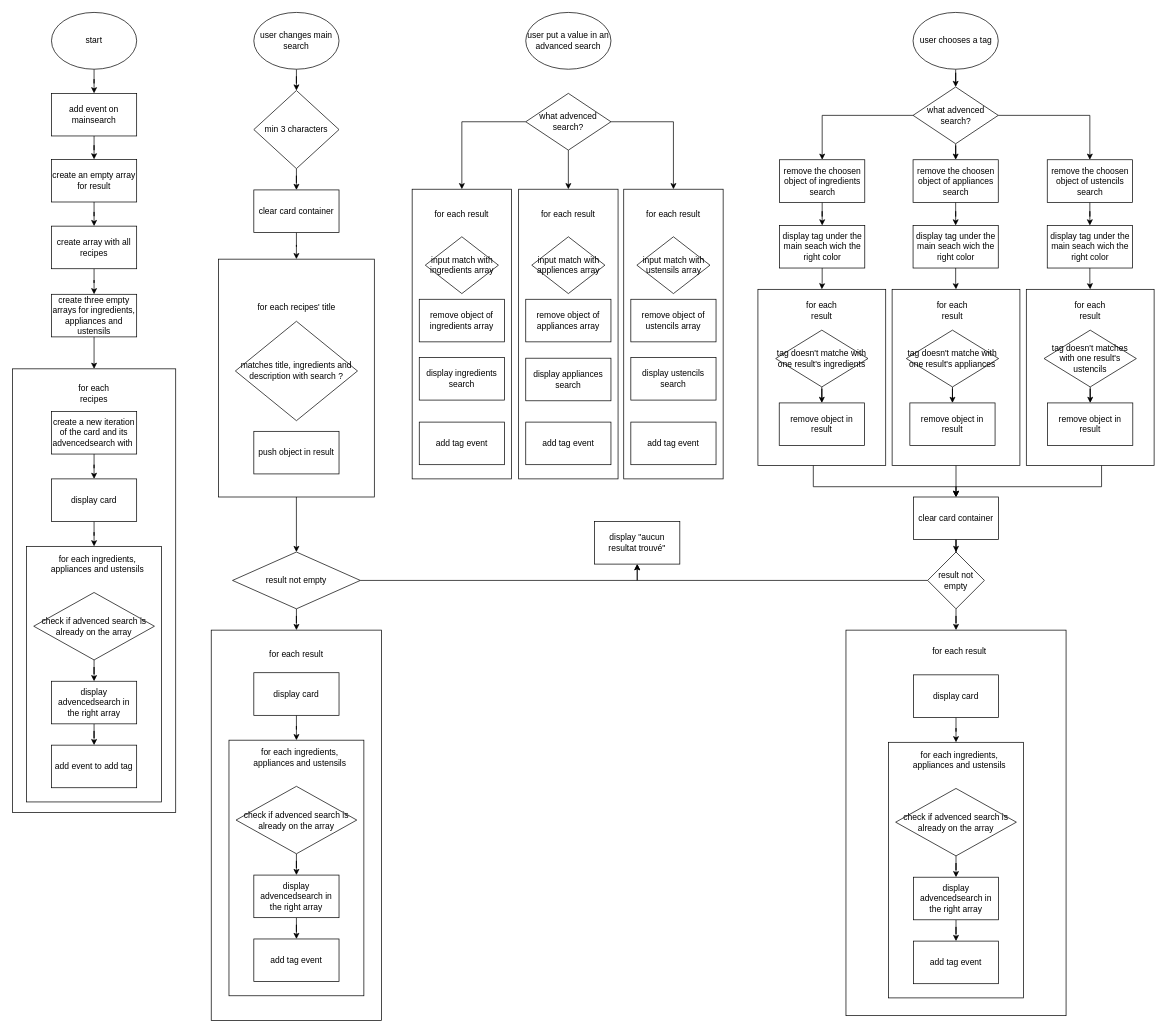
This is algorigramme programmation fonctionnelle.drawio from madelineGrammatico/Les_Petits_Plats, a draw.io file, before an edit. Source tidied: cells renumbered, new cells numbered last; positions are measured from the earlier drawing's top-left corner, leaving out a move shared by most shapes. Both pictures are drawn from the tidied source at 71%, with x=0, y=0 at pixel (12, 12).
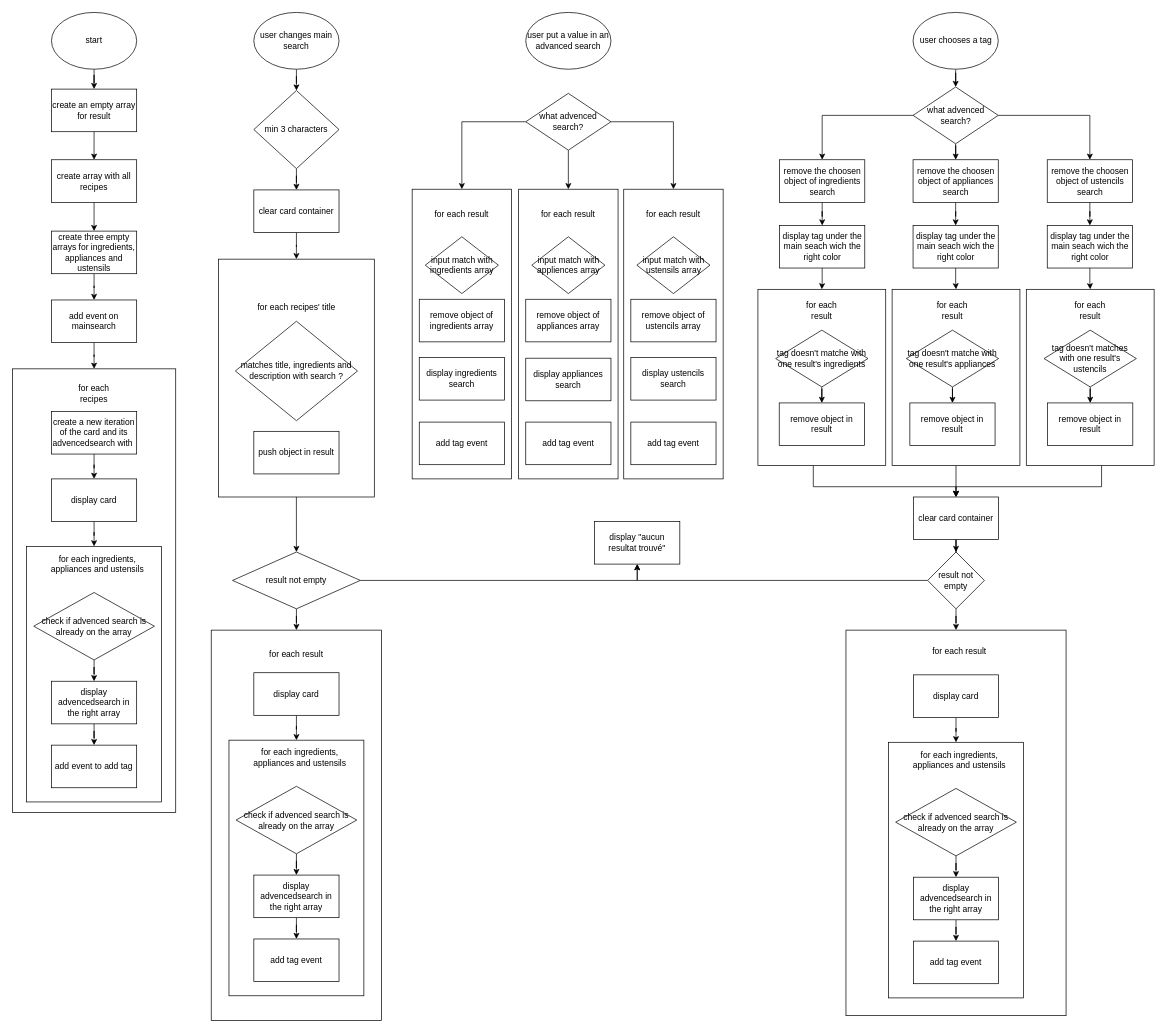
Above is the later version.

Commit message:
Mettre à jour algorigramme programmation fonctionnelle.drawio

Unchanged cells that the change refers to:
```xml
<mxCell id="9" style="rounded=0;whiteSpace=wrap;html=1;" parent="1" vertex="1">
  <mxGeometry y="502" width="230" height="625" as="geometry" />
</mxCell>
<mxCell id="33" value="start" style="ellipse;whiteSpace=wrap;html=1;" parent="1" vertex="1">
  <mxGeometry x="55" width="120" height="80" as="geometry" />
</mxCell>
```

Change to the diagram source:
```diff
@@
     <mxCell id="8" value="&lt;div&gt;create array with all recipes&lt;/div&gt;" style="rounded=0;whiteSpace=wrap;html=1;" parent="1" vertex="1">
-      <mxGeometry x="55" y="301" width="120" height="60" as="geometry" />
+      <mxGeometry x="55" y="207.5" width="120" height="60" as="geometry" />
     </mxCell>
@@
-    <mxCell id="20" style="edgeStyle=orthogonalEdgeStyle;rounded=0;jettySize=auto;html=1;entryX=0.5;entryY=0;entryDx=0;entryDy=0;" parent="1" edge="1" source="21" target="9">
-      <mxGeometry relative="1" as="geometry" />
-    </mxCell>
+    <mxCell id="126" style="edgeStyle=orthogonalEdgeStyle;rounded=0;jettySize=auto;html=1;" parent="1" edge="1" source="21" target="35">
+      <mxGeometry relative="1" as="geometry" />
+    </mxCell>
     <mxCell id="21" value="create three empty arrays for ingredients, appliances and ustensils" style="rounded=0;whiteSpace=wrap;html=1;" parent="1" vertex="1">
-      <mxGeometry x="55" y="397" width="120" height="60" as="geometry" />
+      <mxGeometry x="55" y="308" width="120" height="60" as="geometry" />
     </mxCell>
@@
     <mxCell id="25" value="create an empty array for result" style="rounded=0;whiteSpace=wrap;html=1;" parent="1" vertex="1">
-      <mxGeometry x="55" y="207" width="120" height="60" as="geometry" />
+      <mxGeometry x="55" y="108" width="120" height="60" as="geometry" />
     </mxCell>
@@
-    <mxCell id="32" style="edgeStyle=orthogonalEdgeStyle;rounded=0;jettySize=auto;html=1;entryX=0.5;entryY=0;entryDx=0;entryDy=0;" parent="1" edge="1" source="33" target="35">
-      <mxGeometry relative="1" as="geometry" />
-    </mxCell>
+    <mxCell id="127" style="edgeStyle=orthogonalEdgeStyle;rounded=0;jettySize=auto;html=1;" parent="1" edge="1" source="33" target="25">
+      <mxGeometry relative="1" as="geometry" />
+    </mxCell>
@@
-    <mxCell id="34" style="edgeStyle=orthogonalEdgeStyle;rounded=0;jettySize=auto;html=1;entryX=0.5;entryY=0;entryDx=0;entryDy=0;" parent="1" edge="1" source="35" target="25">
-      <mxGeometry relative="1" as="geometry" />
-    </mxCell>
+    <mxCell id="128" style="edgeStyle=orthogonalEdgeStyle;rounded=0;jettySize=auto;html=1;entryX=0.5;entryY=0;entryDx=0;entryDy=0;" parent="1" edge="1" source="35" target="9">
+      <mxGeometry relative="1" as="geometry" />
+    </mxCell>
     <mxCell id="35" value="add event on mainsearch" style="rounded=0;whiteSpace=wrap;html=1;" parent="1" vertex="1">
-      <mxGeometry x="55" y="114" width="120" height="60" as="geometry" />
+      <mxGeometry x="55" y="405" width="120" height="60" as="geometry" />
     </mxCell>
```
